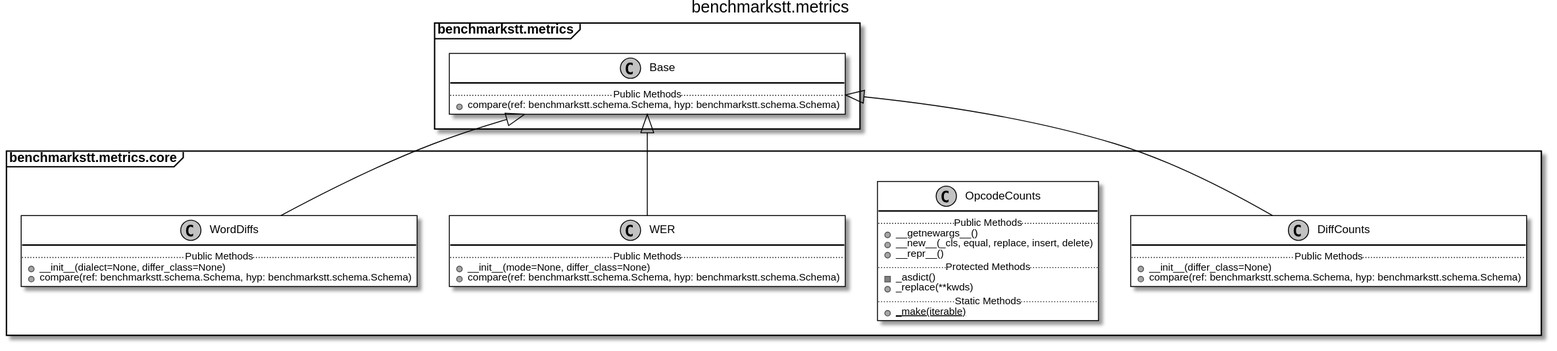
Before: docs/_static/uml/benchmarkstt.metrics.svg, a diagram exported from PlantUML (ebu/benchmarkstt).
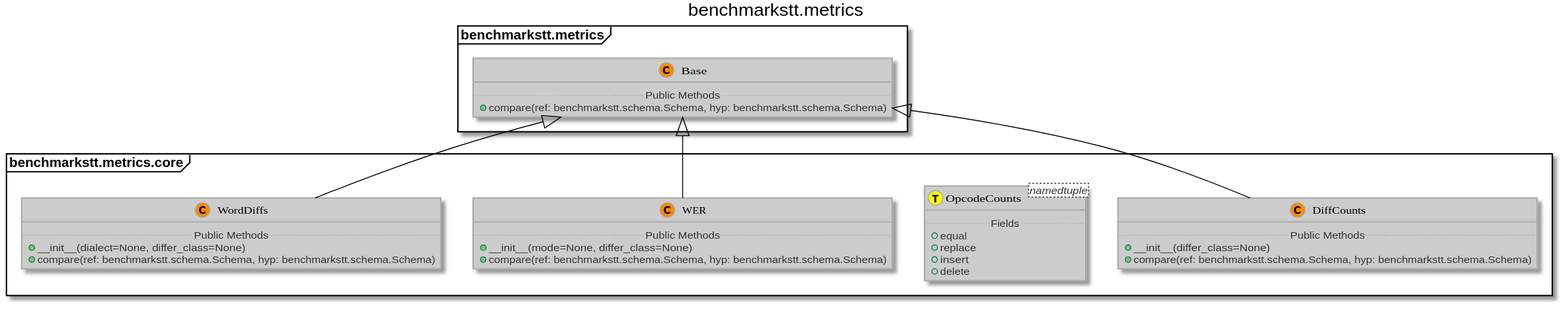
The same diagram one commit later.

The edit, as a diff of the source:
```diff
@@ -3,10 +3,11 @@
 title benchmarkstt.metrics
 
 skinparam packageStyle Frame
-!includeurl https://raw.githubusercontent.com/matthewjosephtaylor/plantuml-style/master/style.pu
+!define LIGHTORANGE
+!includeurl https://raw.githubusercontent.com/Drakemor/RedDress-PlantUML/master/style.puml
 package benchmarkstt.metrics {
 
-	class benchmarkstt.metrics.Base [[https://benchmarkstt.readthedocs.io/en/latest/modules/benchmarkstt.metrics.html#benchmarkstt.metrics.Base]] {
+	class benchmarkstt.metrics.Base  [[https://benchmarkstt.readthedocs.io/en/latest/modules/benchmarkstt.metrics.html#benchmarkstt.metrics.Base]] {
 		.. Public Methods ..
 		+compare(ref: benchmarkstt.schema.Schema, hyp: benchmarkstt.schema.Schema)
 	}
@@ -30,36 +31,32 @@
 package benchmarkstt.metrics.core {
 
 
-	class benchmarkstt.metrics.core.DiffCounts [[https://benchmarkstt.readthedocs.io/en/latest/modules/benchmarkstt.metrics.core.html#benchmarkstt.metrics.core.DiffCounts]] {
+	class benchmarkstt.metrics.core.DiffCounts  [[https://benchmarkstt.readthedocs.io/en/latest/modules/benchmarkstt.metrics.core.html#benchmarkstt.metrics.core.DiffCounts]] extends benchmarkstt.metrics.Base {
 		.. Public Methods ..
 		+__init__(differ_class=None)
 		+compare(ref: benchmarkstt.schema.Schema, hyp: benchmarkstt.schema.Schema)
 	}
 
 
-	class benchmarkstt.metrics.core.OpcodeCounts [[https://benchmarkstt.readthedocs.io/en/latest/modules/benchmarkstt.metrics.core.html#benchmarkstt.metrics.core.OpcodeCounts]] {
-		.. Public Methods ..
-		+__getnewargs__()
-		+__new__(_cls, equal, replace, insert, delete)
-		+__repr__()
-		.. Protected Methods ..
-		-_asdict()
-		+_replace(**kwds)
-		.. Static Methods ..
-		{static} +_make(iterable)
+	class benchmarkstt.metrics.core.OpcodeCounts<namedtuple> << (T, yellow) >> [[https://benchmarkstt.readthedocs.io/en/latest/modules/benchmarkstt.metrics.core.html#benchmarkstt.metrics.core.OpcodeCounts]] {
+		.. Fields ..
+		+equal
+		+replace
+		+insert
+		+delete
 	}
 
 
 
 
-	class benchmarkstt.metrics.core.WER [[https://benchmarkstt.readthedocs.io/en/latest/modules/benchmarkstt.metrics.core.html#benchmarkstt.metrics.core.WER]] {
+	class benchmarkstt.metrics.core.WER  [[https://benchmarkstt.readthedocs.io/en/latest/modules/benchmarkstt.metrics.core.html#benchmarkstt.metrics.core.WER]] extends benchmarkstt.metrics.Base {
 		.. Public Methods ..
 		+__init__(mode=None, differ_class=None)
 		+compare(ref: benchmarkstt.schema.Schema, hyp: benchmarkstt.schema.Schema)
 	}
 
 
-	class benchmarkstt.metrics.core.WordDiffs [[https://benchmarkstt.readthedocs.io/en/latest/modules/benchmarkstt.metrics.core.html#benchmarkstt.metrics.core.WordDiffs]] {
+	class benchmarkstt.metrics.core.WordDiffs  [[https://benchmarkstt.readthedocs.io/en/latest/modules/benchmarkstt.metrics.core.html#benchmarkstt.metrics.core.WordDiffs]] extends benchmarkstt.metrics.Base {
 		.. Public Methods ..
 		+__init__(dialect=None, differ_class=None)
 		+compare(ref: benchmarkstt.schema.Schema, hyp: benchmarkstt.schema.Schema)
@@ -68,8 +65,6 @@
 }
 
 
-benchmarkstt.metrics.core.DiffCounts -up-|> benchmarkstt.metrics.Base
-benchmarkstt.metrics.core.WER -up-|> benchmarkstt.metrics.Base
-benchmarkstt.metrics.core.WordDiffs -up-|> benchmarkstt.metrics.Base
+
 
 @enduml
```
